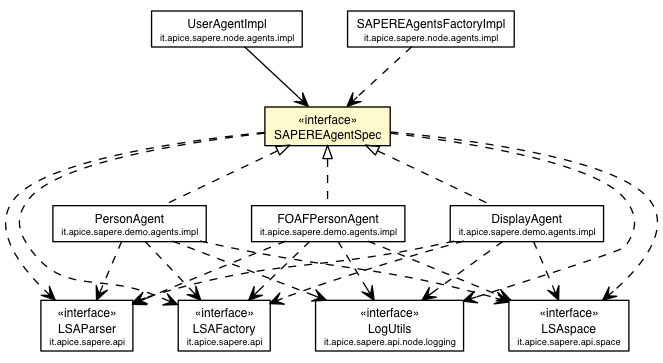
Before: deployed-site/apidocs/it/apice/sapere/api/node/agents/SAPEREAgentSpec.png, a diagram exported from Graphviz (DanySK/Legacy-Contessi-Thesis-Semantic-Web-SAPERE). Its source is kept beside it as deployed-site/apidocs/it/apice/sapere/api/node/agents/SAPEREAgentSpec.dot. The source it was exported from:
```dot

digraph G {
	edge [fontname="Helvetica",fontsize=10,labelfontname="Helvetica",labelfontsize=10];
	node [fontname="Helvetica",fontsize=10,shape=plaintext];
	c36289 [label=<<table border="0" cellborder="1" cellspacing="0" cellpadding="2" port="p" href="../../LSAParser.html">
		<tr><td><table border="0" cellspacing="0" cellpadding="1">
			<tr><td> &laquo;interface&raquo; </td></tr>
			<tr><td> LSAParser </td></tr>
			<tr><td><font point-size="7.0"> it.apice.sapere.api </font></td></tr>
		</table></td></tr>
		</table>>, fontname="Helvetica", fontcolor="black", fontsize=9.0];
	c36290 [label=<<table border="0" cellborder="1" cellspacing="0" cellpadding="2" port="p" href="../../LSAFactory.html">
		<tr><td><table border="0" cellspacing="0" cellpadding="1">
			<tr><td> &laquo;interface&raquo; </td></tr>
			<tr><td> LSAFactory </td></tr>
			<tr><td><font point-size="7.0"> it.apice.sapere.api </font></td></tr>
		</table></td></tr>
		</table>>, fontname="Helvetica", fontcolor="black", fontsize=9.0];
	c36366 [label=<<table border="0" cellborder="1" cellspacing="0" cellpadding="2" port="p" bgcolor="lemonChiffon" href="./SAPEREAgentSpec.html">
		<tr><td><table border="0" cellspacing="0" cellpadding="1">
			<tr><td> &laquo;interface&raquo; </td></tr>
			<tr><td> SAPEREAgentSpec </td></tr>
		</table></td></tr>
		</table>>, fontname="Helvetica", fontcolor="black", fontsize=9.0];
	c36372 [label=<<table border="0" cellborder="1" cellspacing="0" cellpadding="2" port="p" href="../logging/LogUtils.html">
		<tr><td><table border="0" cellspacing="0" cellpadding="1">
			<tr><td> &laquo;interface&raquo; </td></tr>
			<tr><td> LogUtils </td></tr>
			<tr><td><font point-size="7.0"> it.apice.sapere.api.node.logging </font></td></tr>
		</table></td></tr>
		</table>>, fontname="Helvetica", fontcolor="black", fontsize=9.0];
	c36383 [label=<<table border="0" cellborder="1" cellspacing="0" cellpadding="2" port="p" href="../../space/LSAspace.html">
		<tr><td><table border="0" cellspacing="0" cellpadding="1">
			<tr><td> &laquo;interface&raquo; </td></tr>
			<tr><td> LSAspace </td></tr>
			<tr><td><font point-size="7.0"> it.apice.sapere.api.space </font></td></tr>
		</table></td></tr>
		</table>>, fontname="Helvetica", fontcolor="black", fontsize=9.0];
	c36482 [label=<<table border="0" cellborder="1" cellspacing="0" cellpadding="2" port="p" href="../../../node/agents/impl/UserAgentImpl.html">
		<tr><td><table border="0" cellspacing="0" cellpadding="1">
			<tr><td> UserAgentImpl </td></tr>
			<tr><td><font point-size="7.0"> it.apice.sapere.node.agents.impl </font></td></tr>
		</table></td></tr>
		</table>>, fontname="Helvetica", fontcolor="black", fontsize=9.0];
	c36484 [label=<<table border="0" cellborder="1" cellspacing="0" cellpadding="2" port="p" href="../../../node/agents/impl/SAPEREAgentsFactoryImpl.html">
		<tr><td><table border="0" cellspacing="0" cellpadding="1">
			<tr><td> SAPEREAgentsFactoryImpl </td></tr>
			<tr><td><font point-size="7.0"> it.apice.sapere.node.agents.impl </font></td></tr>
		</table></td></tr>
		</table>>, fontname="Helvetica", fontcolor="black", fontsize=9.0];
	c36507 [label=<<table border="0" cellborder="1" cellspacing="0" cellpadding="2" port="p" href="../../../demo/agents/impl/PersonAgent.html">
		<tr><td><table border="0" cellspacing="0" cellpadding="1">
			<tr><td> PersonAgent </td></tr>
			<tr><td><font point-size="7.0"> it.apice.sapere.demo.agents.impl </font></td></tr>
		</table></td></tr>
		</table>>, fontname="Helvetica", fontcolor="black", fontsize=9.0];
	c36508 [label=<<table border="0" cellborder="1" cellspacing="0" cellpadding="2" port="p" href="../../../demo/agents/impl/FOAFPersonAgent.html">
		<tr><td><table border="0" cellspacing="0" cellpadding="1">
			<tr><td> FOAFPersonAgent </td></tr>
			<tr><td><font point-size="7.0"> it.apice.sapere.demo.agents.impl </font></td></tr>
		</table></td></tr>
		</table>>, fontname="Helvetica", fontcolor="black", fontsize=9.0];
	c36510 [label=<<table border="0" cellborder="1" cellspacing="0" cellpadding="2" port="p" href="../../../demo/agents/impl/DisplayAgent.html">
		<tr><td><table border="0" cellspacing="0" cellpadding="1">
			<tr><td> DisplayAgent </td></tr>
			<tr><td><font point-size="7.0"> it.apice.sapere.demo.agents.impl </font></td></tr>
		</table></td></tr>
		</table>>, fontname="Helvetica", fontcolor="black", fontsize=9.0];
	c36366:p -> c36507:p [dir=back,arrowtail=empty,style=dashed];
	c36366:p -> c36508:p [dir=back,arrowtail=empty,style=dashed];
	c36366:p -> c36510:p [dir=back,arrowtail=empty,style=dashed];
	c36482:p -> c36366:p [taillabel="", label="", headlabel="", fontname="Helvetica", fontcolor="black", fontsize=10.0, color="black", arrowhead=open];
	c36366:p -> c36372:p [taillabel="", label="", headlabel="", fontname="Helvetica", fontcolor="black", fontsize=10.0, color="black", arrowhead=open, style=dashed];
	c36366:p -> c36383:p [taillabel="", label="", headlabel="", fontname="Helvetica", fontcolor="black", fontsize=10.0, color="black", arrowhead=open, style=dashed];
	c36366:p -> c36290:p [taillabel="", label="", headlabel="", fontname="Helvetica", fontcolor="black", fontsize=10.0, color="black", arrowhead=open, style=dashed];
	c36366:p -> c36289:p [taillabel="", label="", headlabel="", fontname="Helvetica", fontcolor="black", fontsize=10.0, color="black", arrowhead=open, style=dashed];
	c36484:p -> c36366:p [taillabel="", label="", headlabel="", fontname="Helvetica", fontcolor="black", fontsize=10.0, color="black", arrowhead=open, style=dashed];
	c36507:p -> c36372:p [taillabel="", label="", headlabel="", fontname="Helvetica", fontcolor="black", fontsize=10.0, color="black", arrowhead=open, style=dashed];
	c36507:p -> c36383:p [taillabel="", label="", headlabel="", fontname="Helvetica", fontcolor="black", fontsize=10.0, color="black", arrowhead=open, style=dashed];
	c36507:p -> c36290:p [taillabel="", label="", headlabel="", fontname="Helvetica", fontcolor="black", fontsize=10.0, color="black", arrowhead=open, style=dashed];
	c36507:p -> c36289:p [taillabel="", label="", headlabel="", fontname="Helvetica", fontcolor="black", fontsize=10.0, color="black", arrowhead=open, style=dashed];
	c36508:p -> c36372:p [taillabel="", label="", headlabel="", fontname="Helvetica", fontcolor="black", fontsize=10.0, color="black", arrowhead=open, style=dashed];
	c36508:p -> c36383:p [taillabel="", label="", headlabel="", fontname="Helvetica", fontcolor="black", fontsize=10.0, color="black", arrowhead=open, style=dashed];
	c36508:p -> c36290:p [taillabel="", label="", headlabel="", fontname="Helvetica", fontcolor="black", fontsize=10.0, color="black", arrowhead=open, style=dashed];
	c36508:p -> c36289:p [taillabel="", label="", headlabel="", fontname="Helvetica", fontcolor="black", fontsize=10.0, color="black", arrowhead=open, style=dashed];
	c36510:p -> c36372:p [taillabel="", label="", headlabel="", fontname="Helvetica", fontcolor="black", fontsize=10.0, color="black", arrowhead=open, style=dashed];
	c36510:p -> c36383:p [taillabel="", label="", headlabel="", fontname="Helvetica", fontcolor="black", fontsize=10.0, color="black", arrowhead=open, style=dashed];
	c36510:p -> c36290:p [taillabel="", label="", headlabel="", fontname="Helvetica", fontcolor="black", fontsize=10.0, color="black", arrowhead=open, style=dashed];
	c36510:p -> c36289:p [taillabel="", label="", headlabel="", fontname="Helvetica", fontcolor="black", fontsize=10.0, color="black", arrowhead=open, style=dashed];
}
```
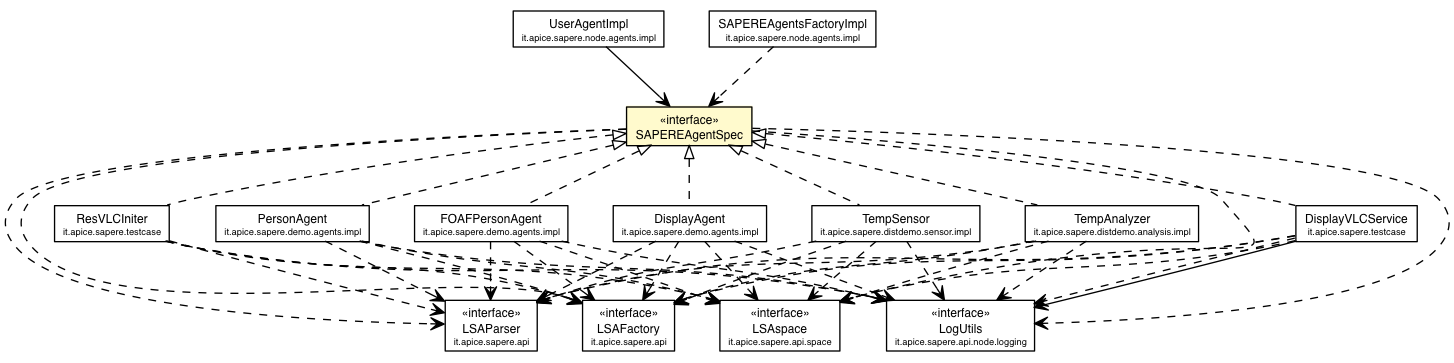
Above is the later version.

Diff of the diagram source:
```diff
@@ -2,89 +2,134 @@
 digraph G {
 	edge [fontname="Helvetica",fontsize=10,labelfontname="Helvetica",labelfontsize=10];
 	node [fontname="Helvetica",fontsize=10,shape=plaintext];
-	c36289 [label=<<table border="0" cellborder="1" cellspacing="0" cellpadding="2" port="p" href="../../LSAParser.html">
+	c41791 [label=<<table border="0" cellborder="1" cellspacing="0" cellpadding="2" port="p" href="../../LSAParser.html">
 		<tr><td><table border="0" cellspacing="0" cellpadding="1">
 			<tr><td> &laquo;interface&raquo; </td></tr>
 			<tr><td> LSAParser </td></tr>
 			<tr><td><font point-size="7.0"> it.apice.sapere.api </font></td></tr>
 		</table></td></tr>
 		</table>>, fontname="Helvetica", fontcolor="black", fontsize=9.0];
-	c36290 [label=<<table border="0" cellborder="1" cellspacing="0" cellpadding="2" port="p" href="../../LSAFactory.html">
+	c41792 [label=<<table border="0" cellborder="1" cellspacing="0" cellpadding="2" port="p" href="../../LSAFactory.html">
 		<tr><td><table border="0" cellspacing="0" cellpadding="1">
 			<tr><td> &laquo;interface&raquo; </td></tr>
 			<tr><td> LSAFactory </td></tr>
 			<tr><td><font point-size="7.0"> it.apice.sapere.api </font></td></tr>
 		</table></td></tr>
 		</table>>, fontname="Helvetica", fontcolor="black", fontsize=9.0];
-	c36366 [label=<<table border="0" cellborder="1" cellspacing="0" cellpadding="2" port="p" bgcolor="lemonChiffon" href="./SAPEREAgentSpec.html">
+	c41868 [label=<<table border="0" cellborder="1" cellspacing="0" cellpadding="2" port="p" bgcolor="lemonChiffon" href="./SAPEREAgentSpec.html">
 		<tr><td><table border="0" cellspacing="0" cellpadding="1">
 			<tr><td> &laquo;interface&raquo; </td></tr>
 			<tr><td> SAPEREAgentSpec </td></tr>
 		</table></td></tr>
 		</table>>, fontname="Helvetica", fontcolor="black", fontsize=9.0];
-	c36372 [label=<<table border="0" cellborder="1" cellspacing="0" cellpadding="2" port="p" href="../logging/LogUtils.html">
+	c41874 [label=<<table border="0" cellborder="1" cellspacing="0" cellpadding="2" port="p" href="../logging/LogUtils.html">
 		<tr><td><table border="0" cellspacing="0" cellpadding="1">
 			<tr><td> &laquo;interface&raquo; </td></tr>
 			<tr><td> LogUtils </td></tr>
 			<tr><td><font point-size="7.0"> it.apice.sapere.api.node.logging </font></td></tr>
 		</table></td></tr>
 		</table>>, fontname="Helvetica", fontcolor="black", fontsize=9.0];
-	c36383 [label=<<table border="0" cellborder="1" cellspacing="0" cellpadding="2" port="p" href="../../space/LSAspace.html">
+	c41885 [label=<<table border="0" cellborder="1" cellspacing="0" cellpadding="2" port="p" href="../../space/LSAspace.html">
 		<tr><td><table border="0" cellspacing="0" cellpadding="1">
 			<tr><td> &laquo;interface&raquo; </td></tr>
 			<tr><td> LSAspace </td></tr>
 			<tr><td><font point-size="7.0"> it.apice.sapere.api.space </font></td></tr>
 		</table></td></tr>
 		</table>>, fontname="Helvetica", fontcolor="black", fontsize=9.0];
-	c36482 [label=<<table border="0" cellborder="1" cellspacing="0" cellpadding="2" port="p" href="../../../node/agents/impl/UserAgentImpl.html">
+	c41984 [label=<<table border="0" cellborder="1" cellspacing="0" cellpadding="2" port="p" href="../../../node/agents/impl/UserAgentImpl.html">
 		<tr><td><table border="0" cellspacing="0" cellpadding="1">
 			<tr><td> UserAgentImpl </td></tr>
 			<tr><td><font point-size="7.0"> it.apice.sapere.node.agents.impl </font></td></tr>
 		</table></td></tr>
 		</table>>, fontname="Helvetica", fontcolor="black", fontsize=9.0];
-	c36484 [label=<<table border="0" cellborder="1" cellspacing="0" cellpadding="2" port="p" href="../../../node/agents/impl/SAPEREAgentsFactoryImpl.html">
+	c41986 [label=<<table border="0" cellborder="1" cellspacing="0" cellpadding="2" port="p" href="../../../node/agents/impl/SAPEREAgentsFactoryImpl.html">
 		<tr><td><table border="0" cellspacing="0" cellpadding="1">
 			<tr><td> SAPEREAgentsFactoryImpl </td></tr>
 			<tr><td><font point-size="7.0"> it.apice.sapere.node.agents.impl </font></td></tr>
 		</table></td></tr>
 		</table>>, fontname="Helvetica", fontcolor="black", fontsize=9.0];
-	c36507 [label=<<table border="0" cellborder="1" cellspacing="0" cellpadding="2" port="p" href="../../../demo/agents/impl/PersonAgent.html">
+	c42012 [label=<<table border="0" cellborder="1" cellspacing="0" cellpadding="2" port="p" href="../../../testcase/ResVLCIniter.html">
+		<tr><td><table border="0" cellspacing="0" cellpadding="1">
+			<tr><td> ResVLCIniter </td></tr>
+			<tr><td><font point-size="7.0"> it.apice.sapere.testcase </font></td></tr>
+		</table></td></tr>
+		</table>>, fontname="Helvetica", fontcolor="black", fontsize=9.0];
+	c42013 [label=<<table border="0" cellborder="1" cellspacing="0" cellpadding="2" port="p" href="../../../testcase/DisplayVLCService.html">
+		<tr><td><table border="0" cellspacing="0" cellpadding="1">
+			<tr><td> DisplayVLCService </td></tr>
+			<tr><td><font point-size="7.0"> it.apice.sapere.testcase </font></td></tr>
+		</table></td></tr>
+		</table>>, fontname="Helvetica", fontcolor="black", fontsize=9.0];
+	c42016 [label=<<table border="0" cellborder="1" cellspacing="0" cellpadding="2" port="p" href="../../../demo/agents/impl/PersonAgent.html">
 		<tr><td><table border="0" cellspacing="0" cellpadding="1">
 			<tr><td> PersonAgent </td></tr>
 			<tr><td><font point-size="7.0"> it.apice.sapere.demo.agents.impl </font></td></tr>
 		</table></td></tr>
 		</table>>, fontname="Helvetica", fontcolor="black", fontsize=9.0];
-	c36508 [label=<<table border="0" cellborder="1" cellspacing="0" cellpadding="2" port="p" href="../../../demo/agents/impl/FOAFPersonAgent.html">
+	c42017 [label=<<table border="0" cellborder="1" cellspacing="0" cellpadding="2" port="p" href="../../../demo/agents/impl/FOAFPersonAgent.html">
 		<tr><td><table border="0" cellspacing="0" cellpadding="1">
 			<tr><td> FOAFPersonAgent </td></tr>
 			<tr><td><font point-size="7.0"> it.apice.sapere.demo.agents.impl </font></td></tr>
 		</table></td></tr>
 		</table>>, fontname="Helvetica", fontcolor="black", fontsize=9.0];
-	c36510 [label=<<table border="0" cellborder="1" cellspacing="0" cellpadding="2" port="p" href="../../../demo/agents/impl/DisplayAgent.html">
+	c42019 [label=<<table border="0" cellborder="1" cellspacing="0" cellpadding="2" port="p" href="../../../demo/agents/impl/DisplayAgent.html">
 		<tr><td><table border="0" cellspacing="0" cellpadding="1">
 			<tr><td> DisplayAgent </td></tr>
 			<tr><td><font point-size="7.0"> it.apice.sapere.demo.agents.impl </font></td></tr>
 		</table></td></tr>
 		</table>>, fontname="Helvetica", fontcolor="black", fontsize=9.0];
-	c36366:p -> c36507:p [dir=back,arrowtail=empty,style=dashed];
-	c36366:p -> c36508:p [dir=back,arrowtail=empty,style=dashed];
-	c36366:p -> c36510:p [dir=back,arrowtail=empty,style=dashed];
-	c36482:p -> c36366:p [taillabel="", label="", headlabel="", fontname="Helvetica", fontcolor="black", fontsize=10.0, color="black", arrowhead=open];
-	c36366:p -> c36372:p [taillabel="", label="", headlabel="", fontname="Helvetica", fontcolor="black", fontsize=10.0, color="black", arrowhead=open, style=dashed];
-	c36366:p -> c36383:p [taillabel="", label="", headlabel="", fontname="Helvetica", fontcolor="black", fontsize=10.0, color="black", arrowhead=open, style=dashed];
-	c36366:p -> c36290:p [taillabel="", label="", headlabel="", fontname="Helvetica", fontcolor="black", fontsize=10.0, color="black", arrowhead=open, style=dashed];
-	c36366:p -> c36289:p [taillabel="", label="", headlabel="", fontname="Helvetica", fontcolor="black", fontsize=10.0, color="black", arrowhead=open, style=dashed];
-	c36484:p -> c36366:p [taillabel="", label="", headlabel="", fontname="Helvetica", fontcolor="black", fontsize=10.0, color="black", arrowhead=open, style=dashed];
-	c36507:p -> c36372:p [taillabel="", label="", headlabel="", fontname="Helvetica", fontcolor="black", fontsize=10.0, color="black", arrowhead=open, style=dashed];
-	c36507:p -> c36383:p [taillabel="", label="", headlabel="", fontname="Helvetica", fontcolor="black", fontsize=10.0, color="black", arrowhead=open, style=dashed];
-	c36507:p -> c36290:p [taillabel="", label="", headlabel="", fontname="Helvetica", fontcolor="black", fontsize=10.0, color="black", arrowhead=open, style=dashed];
-	c36507:p -> c36289:p [taillabel="", label="", headlabel="", fontname="Helvetica", fontcolor="black", fontsize=10.0, color="black", arrowhead=open, style=dashed];
-	c36508:p -> c36372:p [taillabel="", label="", headlabel="", fontname="Helvetica", fontcolor="black", fontsize=10.0, color="black", arrowhead=open, style=dashed];
-	c36508:p -> c36383:p [taillabel="", label="", headlabel="", fontname="Helvetica", fontcolor="black", fontsize=10.0, color="black", arrowhead=open, style=dashed];
-	c36508:p -> c36290:p [taillabel="", label="", headlabel="", fontname="Helvetica", fontcolor="black", fontsize=10.0, color="black", arrowhead=open, style=dashed];
-	c36508:p -> c36289:p [taillabel="", label="", headlabel="", fontname="Helvetica", fontcolor="black", fontsize=10.0, color="black", arrowhead=open, style=dashed];
-	c36510:p -> c36372:p [taillabel="", label="", headlabel="", fontname="Helvetica", fontcolor="black", fontsize=10.0, color="black", arrowhead=open, style=dashed];
-	c36510:p -> c36383:p [taillabel="", label="", headlabel="", fontname="Helvetica", fontcolor="black", fontsize=10.0, color="black", arrowhead=open, style=dashed];
-	c36510:p -> c36290:p [taillabel="", label="", headlabel="", fontname="Helvetica", fontcolor="black", fontsize=10.0, color="black", arrowhead=open, style=dashed];
-	c36510:p -> c36289:p [taillabel="", label="", headlabel="", fontname="Helvetica", fontcolor="black", fontsize=10.0, color="black", arrowhead=open, style=dashed];
+	c42031 [label=<<table border="0" cellborder="1" cellspacing="0" cellpadding="2" port="p" href="../../../distdemo/sensor/impl/TempSensor.html">
+		<tr><td><table border="0" cellspacing="0" cellpadding="1">
+			<tr><td> TempSensor </td></tr>
+			<tr><td><font point-size="7.0"> it.apice.sapere.distdemo.sensor.impl </font></td></tr>
+		</table></td></tr>
+		</table>>, fontname="Helvetica", fontcolor="black", fontsize=9.0];
+	c42036 [label=<<table border="0" cellborder="1" cellspacing="0" cellpadding="2" port="p" href="../../../distdemo/analysis/impl/TempAnalyzer.html">
+		<tr><td><table border="0" cellspacing="0" cellpadding="1">
+			<tr><td> TempAnalyzer </td></tr>
+			<tr><td><font point-size="7.0"> it.apice.sapere.distdemo.analysis.impl </font></td></tr>
+		</table></td></tr>
+		</table>>, fontname="Helvetica", fontcolor="black", fontsize=9.0];
+	c41868:p -> c42012:p [dir=back,arrowtail=empty,style=dashed];
+	c41868:p -> c42013:p [dir=back,arrowtail=empty,style=dashed];
+	c41868:p -> c42016:p [dir=back,arrowtail=empty,style=dashed];
+	c41868:p -> c42017:p [dir=back,arrowtail=empty,style=dashed];
+	c41868:p -> c42019:p [dir=back,arrowtail=empty,style=dashed];
+	c41868:p -> c42031:p [dir=back,arrowtail=empty,style=dashed];
+	c41868:p -> c42036:p [dir=back,arrowtail=empty,style=dashed];
+	c41984:p -> c41868:p [taillabel="", label="", headlabel="", fontname="Helvetica", fontcolor="black", fontsize=10.0, color="black", arrowhead=open];
+	c42013:p -> c41874:p [taillabel="", label="", headlabel="", fontname="Helvetica", fontcolor="black", fontsize=10.0, color="black", arrowhead=open];
+	c41868:p -> c41792:p [taillabel="", label="", headlabel="", fontname="Helvetica", fontcolor="black", fontsize=10.0, color="black", arrowhead=open, style=dashed];
+	c41868:p -> c41874:p [taillabel="", label="", headlabel="", fontname="Helvetica", fontcolor="black", fontsize=10.0, color="black", arrowhead=open, style=dashed];
+	c41868:p -> c41885:p [taillabel="", label="", headlabel="", fontname="Helvetica", fontcolor="black", fontsize=10.0, color="black", arrowhead=open, style=dashed];
+	c41868:p -> c41791:p [taillabel="", label="", headlabel="", fontname="Helvetica", fontcolor="black", fontsize=10.0, color="black", arrowhead=open, style=dashed];
+	c41986:p -> c41868:p [taillabel="", label="", headlabel="", fontname="Helvetica", fontcolor="black", fontsize=10.0, color="black", arrowhead=open, style=dashed];
+	c42012:p -> c41792:p [taillabel="", label="", headlabel="", fontname="Helvetica", fontcolor="black", fontsize=10.0, color="black", arrowhead=open, style=dashed];
+	c42012:p -> c41874:p [taillabel="", label="", headlabel="", fontname="Helvetica", fontcolor="black", fontsize=10.0, color="black", arrowhead=open, style=dashed];
+	c42012:p -> c41885:p [taillabel="", label="", headlabel="", fontname="Helvetica", fontcolor="black", fontsize=10.0, color="black", arrowhead=open, style=dashed];
+	c42012:p -> c41791:p [taillabel="", label="", headlabel="", fontname="Helvetica", fontcolor="black", fontsize=10.0, color="black", arrowhead=open, style=dashed];
+	c42013:p -> c41792:p [taillabel="", label="", headlabel="", fontname="Helvetica", fontcolor="black", fontsize=10.0, color="black", arrowhead=open, style=dashed];
+	c42013:p -> c41874:p [taillabel="", label="", headlabel="", fontname="Helvetica", fontcolor="black", fontsize=10.0, color="black", arrowhead=open, style=dashed];
+	c42013:p -> c41885:p [taillabel="", label="", headlabel="", fontname="Helvetica", fontcolor="black", fontsize=10.0, color="black", arrowhead=open, style=dashed];
+	c42013:p -> c41791:p [taillabel="", label="", headlabel="", fontname="Helvetica", fontcolor="black", fontsize=10.0, color="black", arrowhead=open, style=dashed];
+	c42016:p -> c41792:p [taillabel="", label="", headlabel="", fontname="Helvetica", fontcolor="black", fontsize=10.0, color="black", arrowhead=open, style=dashed];
+	c42016:p -> c41874:p [taillabel="", label="", headlabel="", fontname="Helvetica", fontcolor="black", fontsize=10.0, color="black", arrowhead=open, style=dashed];
+	c42016:p -> c41885:p [taillabel="", label="", headlabel="", fontname="Helvetica", fontcolor="black", fontsize=10.0, color="black", arrowhead=open, style=dashed];
+	c42016:p -> c41791:p [taillabel="", label="", headlabel="", fontname="Helvetica", fontcolor="black", fontsize=10.0, color="black", arrowhead=open, style=dashed];
+	c42017:p -> c41792:p [taillabel="", label="", headlabel="", fontname="Helvetica", fontcolor="black", fontsize=10.0, color="black", arrowhead=open, style=dashed];
+	c42017:p -> c41874:p [taillabel="", label="", headlabel="", fontname="Helvetica", fontcolor="black", fontsize=10.0, color="black", arrowhead=open, style=dashed];
+	c42017:p -> c41885:p [taillabel="", label="", headlabel="", fontname="Helvetica", fontcolor="black", fontsize=10.0, color="black", arrowhead=open, style=dashed];
+	c42017:p -> c41791:p [taillabel="", label="", headlabel="", fontname="Helvetica", fontcolor="black", fontsize=10.0, color="black", arrowhead=open, style=dashed];
+	c42019:p -> c41792:p [taillabel="", label="", headlabel="", fontname="Helvetica", fontcolor="black", fontsize=10.0, color="black", arrowhead=open, style=dashed];
+	c42019:p -> c41874:p [taillabel="", label="", headlabel="", fontname="Helvetica", fontcolor="black", fontsize=10.0, color="black", arrowhead=open, style=dashed];
+	c42019:p -> c41885:p [taillabel="", label="", headlabel="", fontname="Helvetica", fontcolor="black", fontsize=10.0, color="black", arrowhead=open, style=dashed];
+	c42019:p -> c41791:p [taillabel="", label="", headlabel="", fontname="Helvetica", fontcolor="black", fontsize=10.0, color="black", arrowhead=open, style=dashed];
+	c42031:p -> c41792:p [taillabel="", label="", headlabel="", fontname="Helvetica", fontcolor="black", fontsize=10.0, color="black", arrowhead=open, style=dashed];
+	c42031:p -> c41874:p [taillabel="", label="", headlabel="", fontname="Helvetica", fontcolor="black", fontsize=10.0, color="black", arrowhead=open, style=dashed];
+	c42031:p -> c41885:p [taillabel="", label="", headlabel="", fontname="Helvetica", fontcolor="black", fontsize=10.0, color="black", arrowhead=open, style=dashed];
+	c42031:p -> c41791:p [taillabel="", label="", headlabel="", fontname="Helvetica", fontcolor="black", fontsize=10.0, color="black", arrowhead=open, style=dashed];
+	c42036:p -> c41792:p [taillabel="", label="", headlabel="", fontname="Helvetica", fontcolor="black", fontsize=10.0, color="black", arrowhead=open, style=dashed];
+	c42036:p -> c41874:p [taillabel="", label="", headlabel="", fontname="Helvetica", fontcolor="black", fontsize=10.0, color="black", arrowhead=open, style=dashed];
+	c42036:p -> c41885:p [taillabel="", label="", headlabel="", fontname="Helvetica", fontcolor="black", fontsize=10.0, color="black", arrowhead=open, style=dashed];
+	c42036:p -> c41791:p [taillabel="", label="", headlabel="", fontname="Helvetica", fontcolor="black", fontsize=10.0, color="black", arrowhead=open, style=dashed];
 }
```
